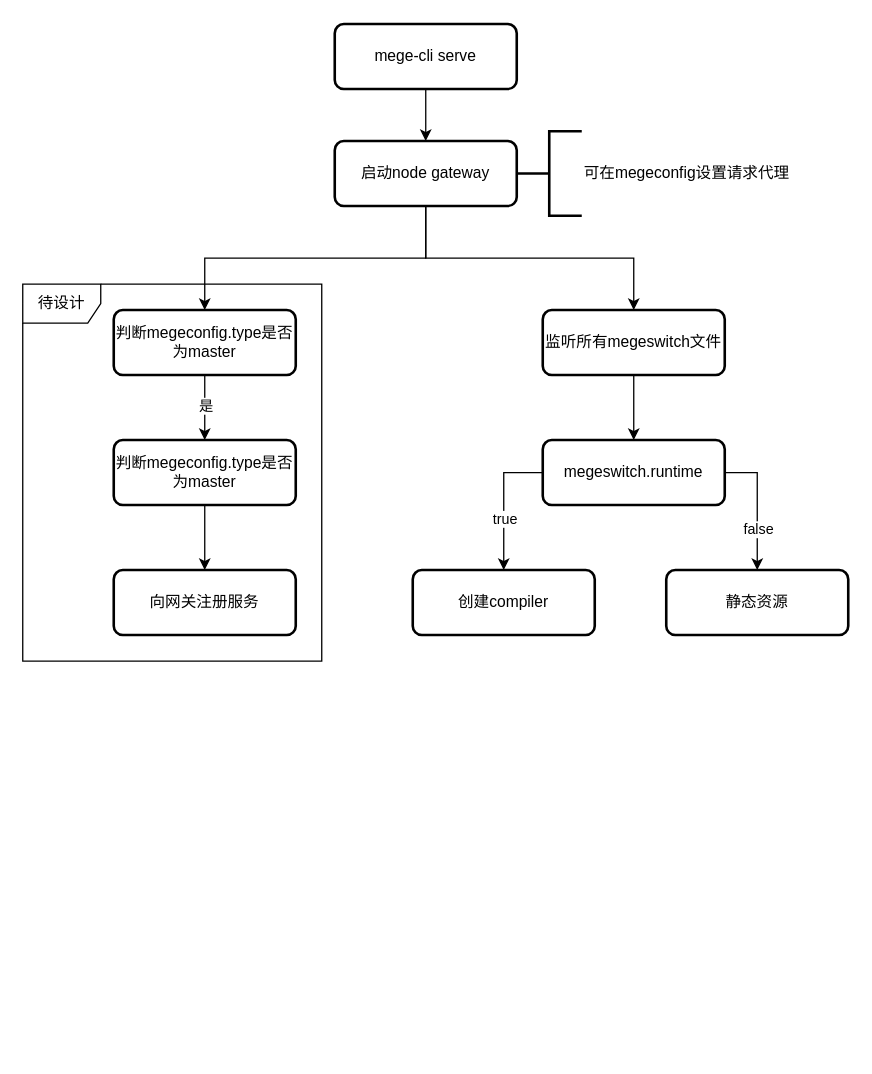
Above: design/frame.drawio in wangzhenxi/gaspy (draw.io), before the change. Source tidied: cells renumbered, new cells numbered last; positions are measured from the earlier drawing's top-left corner, leaving out a move shared by most shapes. Both pictures are drawn from the tidied source at 130%, with x=0, y=0 at pixel (22, 23).
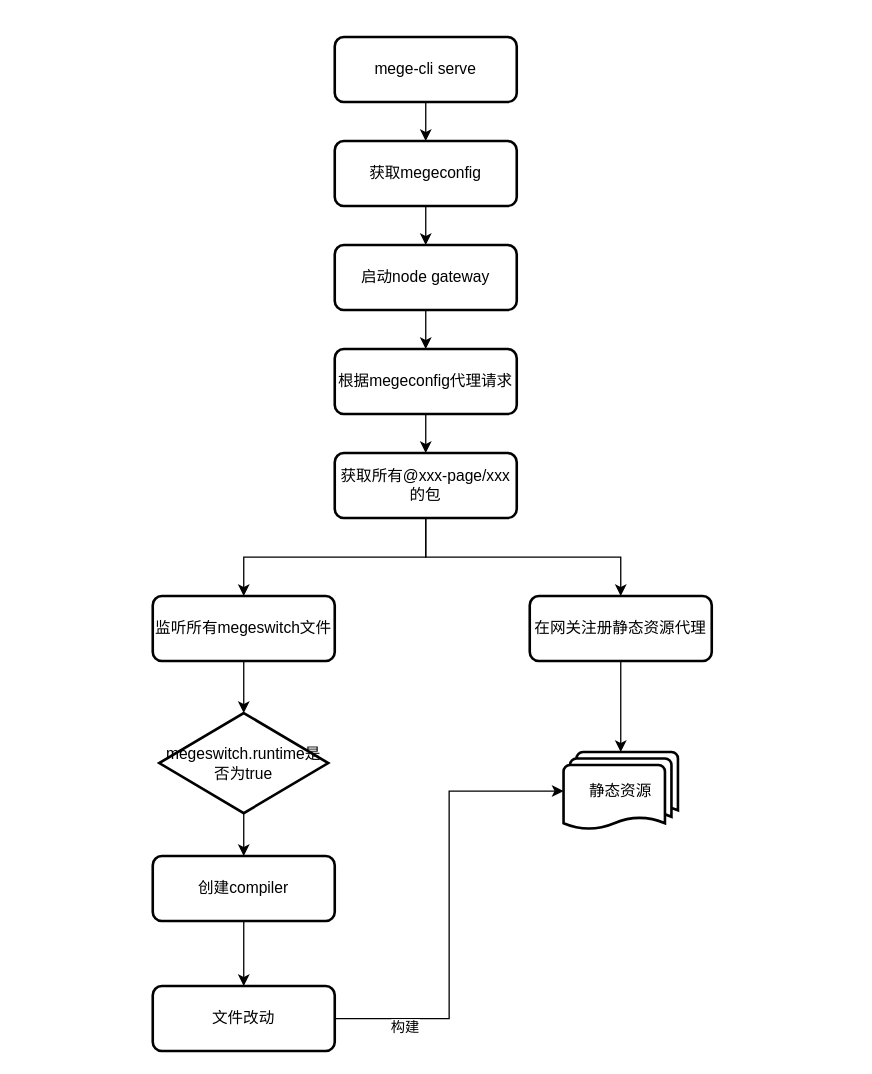
The same diagram, later.

Change to the diagram source:
```diff
@@
-    <mxCell id="2" style="edgeStyle=orthogonalEdgeStyle;rounded=0;jettySize=auto;html=1;exitX=0.5;exitY=1;exitDx=0;exitDy=0;" parent="1" edge="1" source="5" target="17">
-      <mxGeometry relative="1" as="geometry" />
-    </mxCell>
-    <mxCell id="3" style="edgeStyle=orthogonalEdgeStyle;rounded=0;jettySize=auto;html=1;exitX=0.5;exitY=1;exitDx=0;exitDy=0;" parent="1" edge="1" source="5" target="20">
-      <mxGeometry relative="1" as="geometry" />
-    </mxCell>
-    <mxCell id="4" value="&lt;br&gt;" style="edgeLabel;html=1;align=center;verticalAlign=middle;" parent="3" vertex="1">
-      <mxGeometry x="0.71" y="-4" relative="1" as="geometry">
-        <mxPoint x="44" y="-4" as="offset" />
-      </mxGeometry>
-    </mxCell>
+    <mxCell id="25" style="edgeStyle=orthogonalEdgeStyle;rounded=0;jettySize=auto;html=1;" parent="1" edge="1" source="5" target="42">
+      <mxGeometry relative="1" as="geometry" />
+    </mxCell>
     <mxCell id="5" value="启动node gateway" style="rounded=1;whiteSpace=wrap;html=1;absoluteArcSize=1;arcSize=14;strokeWidth=2;" parent="1" vertex="1">
-      <mxGeometry x="240" y="90" width="140" height="50" as="geometry" />
+      <mxGeometry x="240" y="170" width="140" height="50" as="geometry" />
     </mxCell>
+    <mxCell id="26" style="edgeStyle=orthogonalEdgeStyle;rounded=0;jettySize=auto;html=1;" parent="1" edge="1" source="6" target="31">
+      <mxGeometry relative="1" as="geometry" />
+    </mxCell>
     <mxCell id="6" value="创建compiler" style="rounded=1;whiteSpace=wrap;html=1;absoluteArcSize=1;arcSize=14;strokeWidth=2;" parent="1" vertex="1">
-      <mxGeometry x="300" y="420" width="140" height="50" as="geometry" />
+      <mxGeometry x="100" y="640" width="140" height="50" as="geometry" />
     </mxCell>
-    <mxCell id="7" style="edgeStyle=orthogonalEdgeStyle;rounded=0;jettySize=auto;html=1;exitX=0;exitY=0.5;exitDx=0;exitDy=0;entryX=0.5;entryY=0;entryDx=0;entryDy=0;" parent="1" edge="1" source="11" target="6">
-      <mxGeometry relative="1" as="geometry" />
-    </mxCell>
-    <mxCell id="8" value="true" style="edgeLabel;html=1;align=center;verticalAlign=middle;" parent="7" vertex="1">
-      <mxGeometry x="0.12" y="-3" relative="1" as="geometry">
-        <mxPoint x="3" y="6" as="offset" />
-      </mxGeometry>
-    </mxCell>
-    <mxCell id="9" style="edgeStyle=orthogonalEdgeStyle;rounded=0;jettySize=auto;html=1;exitX=1;exitY=0.5;exitDx=0;exitDy=0;entryX=0.5;entryY=0;entryDx=0;entryDy=0;" parent="1" edge="1" source="11" target="12">
-      <mxGeometry relative="1" as="geometry" />
-    </mxCell>
-    <mxCell id="10" value="false" style="edgeLabel;html=1;align=center;verticalAlign=middle;" parent="9" vertex="1">
-      <mxGeometry x="-0.04" y="3" relative="1" as="geometry">
-        <mxPoint x="-3" y="20" as="offset" />
-      </mxGeometry>
-    </mxCell>
-    <mxCell id="11" value="megeswitch.runtime" style="rounded=1;whiteSpace=wrap;html=1;absoluteArcSize=1;arcSize=14;strokeWidth=2;" parent="1" vertex="1">
-      <mxGeometry x="400" y="320" width="140" height="50" as="geometry" />
-    </mxCell>
+    <mxCell id="27" style="edgeStyle=orthogonalEdgeStyle;rounded=0;jettySize=auto;html=1;" parent="1" edge="1" source="14" target="40">
+      <mxGeometry relative="1" as="geometry" />
+    </mxCell>
+    <mxCell id="14" value="mege-cli serve" style="rounded=1;whiteSpace=wrap;html=1;absoluteArcSize=1;arcSize=14;strokeWidth=2;" parent="1" vertex="1">
+      <mxGeometry x="240" y="10" width="140" height="50" as="geometry" />
+    </mxCell>
+    <mxCell id="28" style="edgeStyle=orthogonalEdgeStyle;rounded=0;jettySize=auto;html=1;" parent="1" edge="1" source="17" target="35">
+      <mxGeometry relative="1" as="geometry" />
+    </mxCell>
+    <mxCell id="17" value="监听所有megeswitch文件" style="rounded=1;whiteSpace=wrap;html=1;absoluteArcSize=1;arcSize=14;strokeWidth=2;" parent="1" vertex="1">
+      <mxGeometry x="100" y="440" width="140" height="50" as="geometry" />
+    </mxCell>
+    <mxCell id="29" style="edgeStyle=orthogonalEdgeStyle;rounded=0;jettySize=auto;html=1;exitX=1;exitY=0.5;exitDx=0;exitDy=0;entryX=0;entryY=0.5;entryDx=0;entryDy=0;entryPerimeter=0;" parent="1" edge="1" source="31" target="12">
+      <mxGeometry relative="1" as="geometry" />
+    </mxCell>
+    <mxCell id="30" value="构建" style="edgeLabel;html=1;align=center;verticalAlign=middle;" parent="29" vertex="1">
+      <mxGeometry x="-0.4" y="-4" relative="1" as="geometry">
+        <mxPoint x="-39" y="23.9" as="offset" />
+      </mxGeometry>
+    </mxCell>
+    <mxCell id="31" value="文件改动" style="rounded=1;whiteSpace=wrap;html=1;absoluteArcSize=1;arcSize=14;strokeWidth=2;" parent="1" vertex="1">
+      <mxGeometry x="100" y="740" width="140" height="50" as="geometry" />
+    </mxCell>
+    <mxCell id="32" style="edgeStyle=orthogonalEdgeStyle;rounded=0;jettySize=auto;html=1;exitX=0.5;exitY=1;exitDx=0;exitDy=0;entryX=0.5;entryY=0;entryDx=0;entryDy=0;" parent="1" edge="1" source="33">
+      <mxGeometry relative="1" as="geometry">
+        <mxPoint x="460" y="560" as="targetPoint" />
+      </mxGeometry>
+    </mxCell>
+    <mxCell id="33" value="在网关注册静态资源代理" style="rounded=1;whiteSpace=wrap;html=1;absoluteArcSize=1;arcSize=14;strokeWidth=2;" parent="1" vertex="1">
+      <mxGeometry x="390" y="440" width="140" height="50" as="geometry" />
+    </mxCell>
+    <mxCell id="34" style="edgeStyle=orthogonalEdgeStyle;rounded=0;jettySize=auto;html=1;" parent="1" edge="1" source="35" target="6">
+      <mxGeometry relative="1" as="geometry" />
+    </mxCell>
+    <mxCell id="35" value="megeswitch.runtime是否为true" style="strokeWidth=2;html=1;shape=mxgraph.flowchart.decision;whiteSpace=wrap;" parent="1" vertex="1">
+      <mxGeometry x="105" y="530" width="130" height="77" as="geometry" />
+    </mxCell>
+    <mxCell id="36" style="edgeStyle=orthogonalEdgeStyle;rounded=0;jettySize=auto;html=1;" parent="1" edge="1" source="38" target="17">
+      <mxGeometry relative="1" as="geometry" />
+    </mxCell>
+    <mxCell id="37" style="edgeStyle=orthogonalEdgeStyle;rounded=0;jettySize=auto;html=1;exitX=0.5;exitY=1;exitDx=0;exitDy=0;entryX=0.5;entryY=0;entryDx=0;entryDy=0;" parent="1" edge="1" source="38" target="33">
+      <mxGeometry relative="1" as="geometry" />
+    </mxCell>
+    <mxCell id="38" value="获取所有@xxx-page/xxx的包" style="rounded=1;whiteSpace=wrap;html=1;absoluteArcSize=1;arcSize=14;strokeWidth=2;" parent="1" vertex="1">
+      <mxGeometry x="240" y="330" width="140" height="50" as="geometry" />
+    </mxCell>
-    <mxCell id="12" value="静态资源" style="rounded=1;whiteSpace=wrap;html=1;absoluteArcSize=1;arcSize=14;strokeWidth=2;" parent="1" vertex="1">
-      <mxGeometry x="495" y="420" width="140" height="50" as="geometry" />
+    <mxCell id="12" value="静态资源" style="strokeWidth=2;html=1;shape=mxgraph.flowchart.multi-document;whiteSpace=wrap;" parent="1" vertex="1">
+      <mxGeometry x="416" y="560" width="88" height="60" as="geometry" />
     </mxCell>
-    <mxCell id="13" style="edgeStyle=orthogonalEdgeStyle;rounded=0;jettySize=auto;html=1;" parent="1" edge="1" source="14" target="5">
-      <mxGeometry relative="1" as="geometry" />
-    </mxCell>
-    <mxCell id="14" value="mege-cli serve" style="rounded=1;whiteSpace=wrap;html=1;absoluteArcSize=1;arcSize=14;strokeWidth=2;" parent="1" vertex="1">
-      <mxGeometry x="240" width="140" height="50" as="geometry" />
-    </mxCell>
-    <mxCell id="15" value="可在megeconfig设置请求代理" style="strokeWidth=2;html=1;shape=mxgraph.flowchart.annotation_2;align=left;labelPosition=right;" parent="1" vertex="1">
-      <mxGeometry x="380" y="82.5" width="50" height="65" as="geometry" />
-    </mxCell>
-    <mxCell id="16" style="edgeStyle=orthogonalEdgeStyle;rounded=0;jettySize=auto;html=1;" parent="1" edge="1" source="17" target="11">
-      <mxGeometry relative="1" as="geometry" />
-    </mxCell>
-    <mxCell id="17" value="监听所有megeswitch文件" style="rounded=1;whiteSpace=wrap;html=1;absoluteArcSize=1;arcSize=14;strokeWidth=2;" parent="1" vertex="1">
-      <mxGeometry x="400" y="220" width="140" height="50" as="geometry" />
-    </mxCell>
-    <mxCell id="18" style="edgeStyle=orthogonalEdgeStyle;rounded=0;jettySize=auto;html=1;exitX=0.5;exitY=1;exitDx=0;exitDy=0;entryX=0.5;entryY=0;entryDx=0;entryDy=0;" parent="1" edge="1" source="20" target="22">
-      <mxGeometry relative="1" as="geometry" />
-    </mxCell>
-    <mxCell id="19" value="是" style="edgeLabel;html=1;align=center;verticalAlign=middle;" parent="18" vertex="1">
-      <mxGeometry x="-0.08" y="2" relative="1" as="geometry">
-        <mxPoint x="-2" as="offset" />
-      </mxGeometry>
-    </mxCell>
-    <mxCell id="20" value="判断megeconfig.type是否为master" style="rounded=1;whiteSpace=wrap;html=1;absoluteArcSize=1;arcSize=14;strokeWidth=2;" parent="1" vertex="1">
-      <mxGeometry x="70" y="220" width="140" height="50" as="geometry" />
-    </mxCell>
-    <mxCell id="21" style="edgeStyle=orthogonalEdgeStyle;rounded=0;jettySize=auto;html=1;exitX=0.5;exitY=1;exitDx=0;exitDy=0;entryX=0.5;entryY=0;entryDx=0;entryDy=0;" parent="1" edge="1" source="22" target="23">
-      <mxGeometry relative="1" as="geometry" />
-    </mxCell>
-    <mxCell id="22" value="判断megeconfig.type是否为master" style="rounded=1;whiteSpace=wrap;html=1;absoluteArcSize=1;arcSize=14;strokeWidth=2;" parent="1" vertex="1">
-      <mxGeometry x="70" y="320" width="140" height="50" as="geometry" />
-    </mxCell>
-    <mxCell id="23" value="向网关注册服务" style="rounded=1;whiteSpace=wrap;html=1;absoluteArcSize=1;arcSize=14;strokeWidth=2;" parent="1" vertex="1">
-      <mxGeometry x="70" y="420" width="140" height="50" as="geometry" />
-    </mxCell>
-    <mxCell id="24" value="待设计" style="shape=umlFrame;whiteSpace=wrap;html=1;" parent="1" vertex="1">
-      <mxGeometry y="200" width="230" height="290" as="geometry" />
-    </mxCell>
+    <mxCell id="39" style="edgeStyle=orthogonalEdgeStyle;rounded=0;jettySize=auto;html=1;" parent="1" edge="1" source="40" target="5">
+      <mxGeometry relative="1" as="geometry" />
+    </mxCell>
+    <mxCell id="40" value="获取megeconfig" style="rounded=1;whiteSpace=wrap;html=1;absoluteArcSize=1;arcSize=14;strokeWidth=2;" parent="1" vertex="1">
+      <mxGeometry x="240" y="90" width="140" height="50" as="geometry" />
+    </mxCell>
+    <mxCell id="41" style="edgeStyle=orthogonalEdgeStyle;rounded=0;jettySize=auto;html=1;" parent="1" edge="1" source="42" target="38">
+      <mxGeometry relative="1" as="geometry" />
+    </mxCell>
+    <mxCell id="42" value="根据megeconfig代理请求" style="rounded=1;whiteSpace=wrap;html=1;absoluteArcSize=1;arcSize=14;strokeWidth=2;" parent="1" vertex="1">
+      <mxGeometry x="240" y="250" width="140" height="50" as="geometry" />
+    </mxCell>
```
